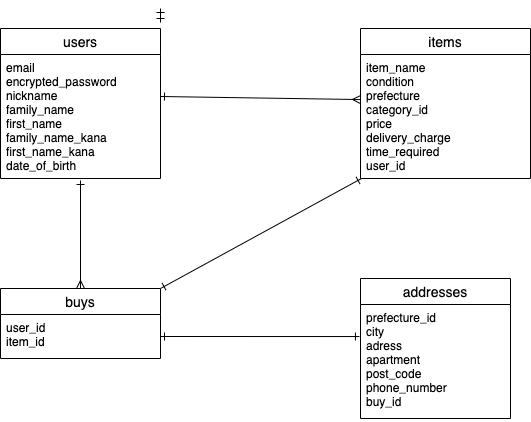
sylveonpoke/furima-37054 keeps this draw.io diagram as .drawio.png. Above is the earlier version. Source tidied: cells renumbered, new cells last; positions are measured from the earlier drawing's top-left corner, leaving out a move shared by most shapes.
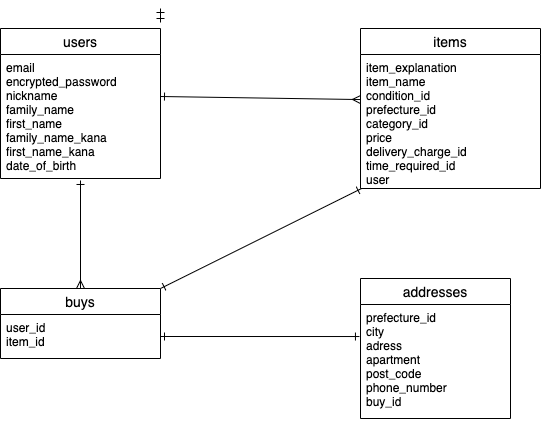
After the commit.

Commit message:
データベース設計修正2

Diff of the diagram source:
```diff
@@ -42,10 +42,10 @@
       <mxGeometry y="26" width="160" height="124" as="geometry" />
     </mxCell>
     <mxCell id="13" value="items" style="swimlane;fontStyle=0;horizontal=1;startSize=26;align=center;fontSize=14;strokeColor=#000000;" parent="1" vertex="1">
-      <mxGeometry x="360" y="20" width="170" height="150" as="geometry" />
+      <mxGeometry x="360" y="20" width="180" height="160" as="geometry" />
     </mxCell>
-    <mxCell id="14" value="item_name&#10;condition&#10;prefecture&#10;category_id&#10;price&#10;delivery_charge&#10;time_required&#10;user_id" style="text;strokeColor=none;fillColor=none;spacingLeft=4;spacingRight=4;overflow=hidden;points=[[0,0.5],[1,0.5]];portConstraint=eastwest;fontSize=12;" parent="13" vertex="1">
-      <mxGeometry y="26" width="170" height="124" as="geometry" />
+    <mxCell id="14" value="item_explanation&#10;item_name&#10;condition_id&#10;prefecture_id&#10;category_id&#10;price&#10;delivery_charge_id&#10;time_required_id&#10;user" style="text;strokeColor=none;fillColor=none;spacingLeft=4;spacingRight=4;overflow=hidden;points=[[0,0.5],[1,0.5]];portConstraint=eastwest;fontSize=12;" parent="13" vertex="1">
+      <mxGeometry y="26" width="180" height="134" as="geometry" />
     </mxCell>
   </root>
 </mxGraphModel>
```
